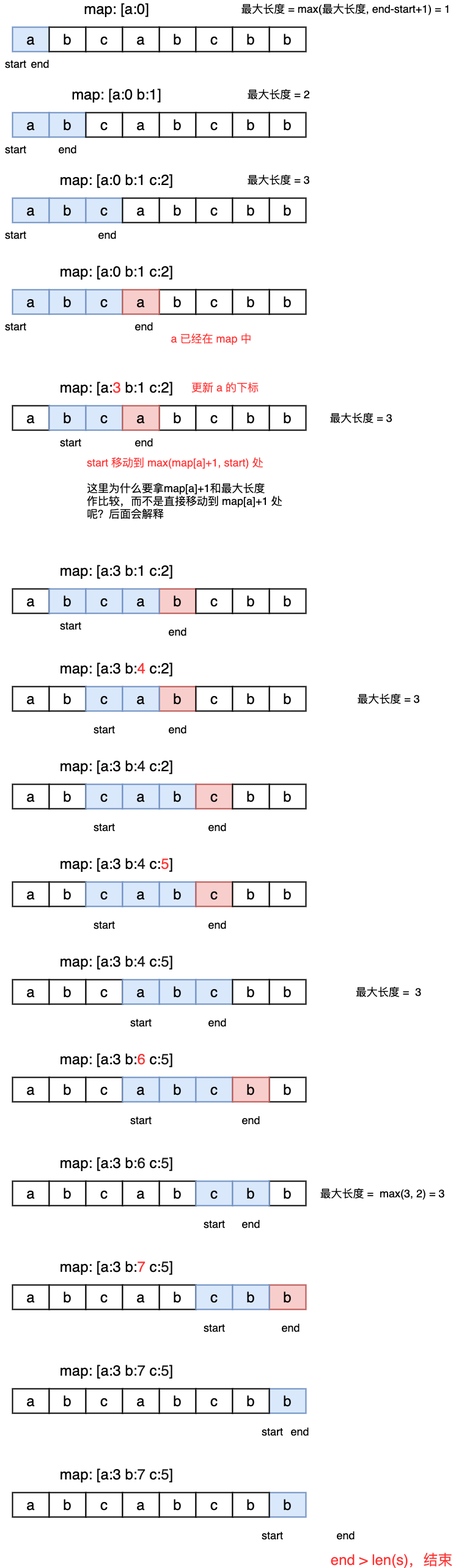
Earlier version of the draw.io export 剑指Offer48_最长不含重复字符的子字符串.png (autsu/diagrams). Source tidied: cells renumbered, new cells last; positions are measured from the earlier drawing's top-left corner, leaving out a move shared by most shapes.
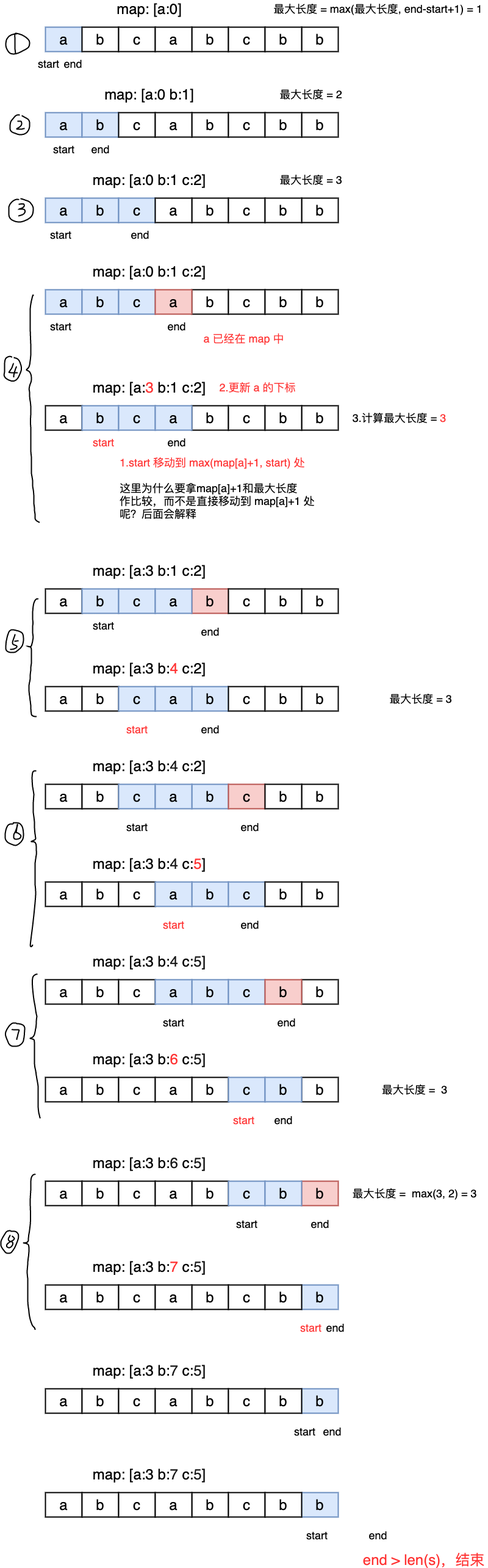
Above is the later version.

Commit message:
更新剑指Offer48_最长不含重复字符的子字符串.png

The edit, as a diff of the source:
```diff
@@ -62,3 +62,3 @@
     <mxCell id="21" value="&lt;font style=&quot;font-size: 18px&quot;&gt;start&lt;/font&gt;" style="text;html=1;align=center;verticalAlign=middle;fillColor=none;strokeColor=none;rounded=0;" parent="1" vertex="1">
-      <mxGeometry y="230" width="50" height="20" as="geometry" />
+      <mxGeometry x="25" y="230" width="50" height="20" as="geometry" />
     </mxCell>
@@ -95,3 +95,3 @@
     <mxCell id="32" value="&lt;font style=&quot;font-size: 18px&quot;&gt;start&lt;/font&gt;" style="text;html=1;align=center;verticalAlign=middle;fillColor=none;strokeColor=none;rounded=0;" parent="1" vertex="1">
-      <mxGeometry y="370" width="50" height="20" as="geometry" />
+      <mxGeometry x="20" y="370" width="50" height="20" as="geometry" />
     </mxCell>
@@ -128,3 +128,3 @@
     <mxCell id="43" value="&lt;font style=&quot;font-size: 18px&quot;&gt;start&lt;/font&gt;" style="text;html=1;align=center;verticalAlign=middle;fillColor=none;strokeColor=none;rounded=0;" parent="1" vertex="1">
-      <mxGeometry y="520" width="50" height="20" as="geometry" />
+      <mxGeometry x="20" y="520" width="50" height="20" as="geometry" />
     </mxCell>
@@ -160,6 +160,6 @@
     </mxCell>
-    <mxCell id="54" value="&lt;font style=&quot;font-size: 24px&quot;&gt;a&lt;/font&gt;" style="rounded=0;whiteSpace=wrap;html=1;strokeWidth=2;fillColor=#f8cecc;strokeColor=#b85450;" parent="1" vertex="1">
+    <mxCell id="54" value="&lt;font style=&quot;font-size: 24px&quot;&gt;a&lt;/font&gt;" style="rounded=0;whiteSpace=wrap;html=1;strokeWidth=2;fillColor=#dae8fc;strokeColor=#6c8ebf;" parent="1" vertex="1">
       <mxGeometry x="200" y="660" width="60" height="40" as="geometry" />
     </mxCell>
-    <mxCell id="55" value="&lt;font style=&quot;font-size: 18px&quot;&gt;start&lt;/font&gt;" style="text;html=1;align=center;verticalAlign=middle;fillColor=none;strokeColor=none;rounded=0;" parent="1" vertex="1">
+    <mxCell id="55" value="&lt;font style=&quot;font-size: 18px&quot; color=&quot;#ff3333&quot;&gt;start&lt;/font&gt;" style="text;html=1;align=center;verticalAlign=middle;fillColor=none;strokeColor=none;rounded=0;" parent="1" vertex="1">
       <mxGeometry x="90" y="710" width="50" height="20" as="geometry" />
@@ -181,3 +181,3 @@
     </mxCell>
-    <mxCell id="61" value="&lt;span style=&quot;font-size: 18px&quot;&gt;&lt;font color=&quot;#ff3333&quot;&gt;start 移动到 max(map[a]+1, start) 处&lt;br&gt;&lt;/font&gt;&lt;br&gt;这里为什么要拿&lt;/span&gt;&lt;span style=&quot;font-size: 18px&quot;&gt;map[a]+1&lt;/span&gt;&lt;span style=&quot;font-size: 18px&quot;&gt;和最大长度&lt;br&gt;作比较，而不是直接移动到 map[a]+1 处&lt;br&gt;呢？后面会解释&lt;/span&gt;" style="text;html=1;align=left;verticalAlign=middle;fillColor=none;strokeColor=none;rounded=0;" parent="1" vertex="1">
+    <mxCell id="61" value="&lt;span style=&quot;font-size: 18px&quot;&gt;&lt;font color=&quot;#ff3333&quot;&gt;1.start 移动到 max(map[a]+1, start) 处&lt;br&gt;&lt;/font&gt;&lt;br&gt;这里为什么要拿&lt;/span&gt;&lt;span style=&quot;font-size: 18px&quot;&gt;map[a]+1&lt;/span&gt;&lt;span style=&quot;font-size: 18px&quot;&gt;和最大长度&lt;br&gt;作比较，而不是直接移动到 map[a]+1 处&lt;br&gt;呢？后面会解释&lt;/span&gt;" style="text;html=1;align=left;verticalAlign=middle;fillColor=none;strokeColor=none;rounded=0;" parent="1" vertex="1">
       <mxGeometry x="140" y="750" width="340" height="90" as="geometry" />
@@ -217,7 +217,7 @@
     </mxCell>
-    <mxCell id="73" value="&lt;font style=&quot;font-size: 18px&quot; color=&quot;#ff3333&quot;&gt;&amp;nbsp;更新 a 的下标&lt;/font&gt;" style="text;html=1;align=center;verticalAlign=middle;fillColor=none;strokeColor=none;rounded=0;" parent="1" vertex="1">
-      <mxGeometry x="300" y="620" width="130" height="20" as="geometry" />
+    <mxCell id="73" value="&lt;font style=&quot;font-size: 18px&quot; color=&quot;#ff3333&quot;&gt;&amp;nbsp;2.更新 a 的下标&lt;/font&gt;" style="text;html=1;align=center;verticalAlign=middle;fillColor=none;strokeColor=none;rounded=0;" parent="1" vertex="1">
+      <mxGeometry x="290" y="620" width="150" height="20" as="geometry" />
     </mxCell>
-    <mxCell id="74" value="&lt;font style=&quot;font-size: 18px&quot;&gt;最大长度 = 3&lt;/font&gt;" style="text;html=1;align=center;verticalAlign=middle;fillColor=none;strokeColor=none;rounded=0;" parent="1" vertex="1">
-      <mxGeometry x="530" y="670" width="120" height="20" as="geometry" />
+    <mxCell id="74" value="&lt;font style=&quot;font-size: 18px&quot;&gt;3.计算最大长度 = &lt;font color=&quot;#ff3333&quot;&gt;3&lt;/font&gt;&lt;/font&gt;" style="text;html=1;align=center;verticalAlign=middle;fillColor=none;strokeColor=none;rounded=0;" parent="1" vertex="1">
+      <mxGeometry x="515" y="670" width="170" height="20" as="geometry" />
     </mxCell>
@@ -232,3 +232,3 @@
     </mxCell>
-    <mxCell id="78" value="&lt;font style=&quot;font-size: 24px&quot;&gt;b&lt;/font&gt;" style="rounded=0;whiteSpace=wrap;html=1;strokeWidth=2;fillColor=#f8cecc;strokeColor=#b85450;" parent="1" vertex="1">
+    <mxCell id="78" value="&lt;font style=&quot;font-size: 24px&quot;&gt;b&lt;/font&gt;" style="rounded=0;whiteSpace=wrap;html=1;strokeWidth=2;fillColor=#dae8fc;strokeColor=#6c8ebf;" parent="1" vertex="1">
       <mxGeometry x="260" y="1120" width="60" height="40" as="geometry" />
@@ -247,3 +247,3 @@
     </mxCell>
-    <mxCell id="83" value="&lt;font style=&quot;font-size: 18px&quot;&gt;start&lt;/font&gt;" style="text;html=1;align=center;verticalAlign=middle;fillColor=none;strokeColor=none;rounded=0;" parent="1" vertex="1">
+    <mxCell id="83" value="&lt;font style=&quot;font-size: 18px&quot; color=&quot;#ff3333&quot;&gt;start&lt;/font&gt;" style="text;html=1;align=center;verticalAlign=middle;fillColor=none;strokeColor=none;rounded=0;" parent="1" vertex="1">
       <mxGeometry x="145" y="1180" width="50" height="20" as="geometry" />
@@ -298,3 +298,3 @@
     </mxCell>
-    <mxCell id="100" value="&lt;font style=&quot;font-size: 24px&quot;&gt;c&lt;/font&gt;" style="rounded=0;whiteSpace=wrap;html=1;strokeWidth=2;fillColor=#dae8fc;strokeColor=#6c8ebf;" parent="1" vertex="1">
+    <mxCell id="100" value="&lt;font style=&quot;font-size: 24px&quot;&gt;c&lt;/font&gt;" style="rounded=0;whiteSpace=wrap;html=1;strokeWidth=2;" parent="1" vertex="1">
       <mxGeometry x="140" y="1440" width="60" height="40" as="geometry" />
@@ -307,3 +307,3 @@
     </mxCell>
-    <mxCell id="103" value="&lt;font style=&quot;font-size: 24px&quot;&gt;c&lt;/font&gt;" style="rounded=0;whiteSpace=wrap;html=1;strokeWidth=2;fillColor=#f8cecc;strokeColor=#b85450;" parent="1" vertex="1">
+    <mxCell id="103" value="&lt;font style=&quot;font-size: 24px&quot;&gt;c&lt;/font&gt;" style="rounded=0;whiteSpace=wrap;html=1;strokeWidth=2;fillColor=#dae8fc;strokeColor=#6c8ebf;" parent="1" vertex="1">
       <mxGeometry x="320" y="1440" width="60" height="40" as="geometry" />
@@ -316,4 +316,4 @@
     </mxCell>
-    <mxCell id="106" value="&lt;font style=&quot;font-size: 18px&quot;&gt;start&lt;/font&gt;" style="text;html=1;align=center;verticalAlign=middle;fillColor=none;strokeColor=none;rounded=0;" parent="1" vertex="1">
-      <mxGeometry x="145" y="1500" width="50" height="20" as="geometry" />
+    <mxCell id="106" value="&lt;font style=&quot;font-size: 18px&quot; color=&quot;#ff3333&quot;&gt;start&lt;/font&gt;" style="text;html=1;align=center;verticalAlign=middle;fillColor=none;strokeColor=none;rounded=0;" parent="1" vertex="1">
+      <mxGeometry x="205" y="1500" width="50" height="20" as="geometry" />
     </mxCell>
@@ -343,3 +343,3 @@
     </mxCell>
-    <mxCell id="115" value="&lt;font style=&quot;font-size: 24px&quot;&gt;b&lt;/font&gt;" style="rounded=0;whiteSpace=wrap;html=1;strokeWidth=2;" parent="1" vertex="1">
+    <mxCell id="115" value="&lt;font style=&quot;font-size: 24px&quot;&gt;b&lt;/font&gt;" style="rounded=0;whiteSpace=wrap;html=1;strokeWidth=2;fillColor=#f8cecc;strokeColor=#b85450;" parent="1" vertex="1">
       <mxGeometry x="380" y="1600" width="60" height="40" as="geometry" />
@@ -353,3 +353,3 @@
     <mxCell id="118" value="&lt;font style=&quot;font-size: 18px&quot;&gt;end&lt;/font&gt;" style="text;html=1;align=center;verticalAlign=middle;fillColor=none;strokeColor=none;rounded=0;" parent="1" vertex="1">
-      <mxGeometry x="330" y="1660" width="50" height="20" as="geometry" />
+      <mxGeometry x="390" y="1660" width="50" height="20" as="geometry" />
     </mxCell>
@@ -359,3 +359,3 @@
     <mxCell id="120" value="&lt;font style=&quot;font-size: 18px&quot;&gt;最大长度 =&amp;nbsp; 3&lt;/font&gt;" style="text;html=1;align=center;verticalAlign=middle;fillColor=none;strokeColor=none;rounded=0;" parent="1" vertex="1">
-      <mxGeometry x="575" y="1610" width="120" height="20" as="geometry" />
+      <mxGeometry x="565" y="1770" width="120" height="20" as="geometry" />
     </mxCell>
@@ -370,3 +370,3 @@
     </mxCell>
-    <mxCell id="124" value="&lt;font style=&quot;font-size: 24px&quot;&gt;b&lt;/font&gt;" style="rounded=0;whiteSpace=wrap;html=1;strokeWidth=2;fillColor=#dae8fc;strokeColor=#6c8ebf;" parent="1" vertex="1">
+    <mxCell id="124" value="&lt;font style=&quot;font-size: 24px&quot;&gt;b&lt;/font&gt;" style="rounded=0;whiteSpace=wrap;html=1;strokeWidth=2;" parent="1" vertex="1">
       <mxGeometry x="260" y="1760" width="60" height="40" as="geometry" />
@@ -379,10 +379,10 @@
     </mxCell>
-    <mxCell id="127" value="&lt;font style=&quot;font-size: 24px&quot;&gt;b&lt;/font&gt;" style="rounded=0;whiteSpace=wrap;html=1;strokeWidth=2;fillColor=#f8cecc;strokeColor=#b85450;" parent="1" vertex="1">
+    <mxCell id="127" value="&lt;font style=&quot;font-size: 24px&quot;&gt;b&lt;/font&gt;" style="rounded=0;whiteSpace=wrap;html=1;strokeWidth=2;fillColor=#dae8fc;strokeColor=#6c8ebf;" parent="1" vertex="1">
       <mxGeometry x="380" y="1760" width="60" height="40" as="geometry" />
     </mxCell>
-    <mxCell id="128" value="&lt;font style=&quot;font-size: 24px&quot;&gt;a&lt;/font&gt;" style="rounded=0;whiteSpace=wrap;html=1;strokeWidth=2;fillColor=#dae8fc;strokeColor=#6c8ebf;" parent="1" vertex="1">
+    <mxCell id="128" value="&lt;font style=&quot;font-size: 24px&quot;&gt;a&lt;/font&gt;" style="rounded=0;whiteSpace=wrap;html=1;strokeWidth=2;" parent="1" vertex="1">
       <mxGeometry x="200" y="1760" width="60" height="40" as="geometry" />
     </mxCell>
-    <mxCell id="129" value="&lt;font style=&quot;font-size: 18px&quot;&gt;start&lt;/font&gt;" style="text;html=1;align=center;verticalAlign=middle;fillColor=none;strokeColor=none;rounded=0;" parent="1" vertex="1">
-      <mxGeometry x="205" y="1820" width="50" height="20" as="geometry" />
+    <mxCell id="129" value="&lt;font style=&quot;font-size: 18px&quot; color=&quot;#ff3333&quot;&gt;start&lt;/font&gt;" style="text;html=1;align=center;verticalAlign=middle;fillColor=none;strokeColor=none;rounded=0;" parent="1" vertex="1">
+      <mxGeometry x="320" y="1820" width="50" height="20" as="geometry" />
     </mxCell>
@@ -406,3 +406,3 @@
     </mxCell>
-    <mxCell id="136" value="&lt;font style=&quot;font-size: 24px&quot;&gt;b&lt;/font&gt;" style="rounded=0;whiteSpace=wrap;html=1;strokeWidth=2;" parent="1" vertex="1">
+    <mxCell id="136" value="&lt;font style=&quot;font-size: 24px&quot;&gt;b&lt;/font&gt;" style="rounded=0;whiteSpace=wrap;html=1;strokeWidth=2;fillColor=#f8cecc;strokeColor=#b85450;" parent="1" vertex="1">
       <mxGeometry x="440" y="1930" width="60" height="40" as="geometry" />
@@ -422,3 +422,3 @@
     <mxCell id="141" value="&lt;font style=&quot;font-size: 18px&quot;&gt;end&lt;/font&gt;" style="text;html=1;align=center;verticalAlign=middle;fillColor=none;strokeColor=none;rounded=0;" parent="1" vertex="1">
-      <mxGeometry x="385" y="1990" width="50" height="20" as="geometry" />
+      <mxGeometry x="445" y="1990" width="50" height="20" as="geometry" />
     </mxCell>
@@ -442,9 +442,9 @@
     </mxCell>
-    <mxCell id="148" value="&lt;font style=&quot;font-size: 24px&quot;&gt;b&lt;/font&gt;" style="rounded=0;whiteSpace=wrap;html=1;strokeWidth=2;fillColor=#f8cecc;strokeColor=#b85450;" parent="1" vertex="1">
+    <mxCell id="148" value="&lt;font style=&quot;font-size: 24px&quot;&gt;b&lt;/font&gt;" style="rounded=0;whiteSpace=wrap;html=1;strokeWidth=2;fillColor=#dae8fc;strokeColor=#6c8ebf;" parent="1" vertex="1">
       <mxGeometry x="440" y="2100" width="60" height="40" as="geometry" />
     </mxCell>
-    <mxCell id="149" value="&lt;font style=&quot;font-size: 24px&quot;&gt;c&lt;/font&gt;" style="rounded=0;whiteSpace=wrap;html=1;strokeWidth=2;fillColor=#dae8fc;strokeColor=#6c8ebf;" parent="1" vertex="1">
+    <mxCell id="149" value="&lt;font style=&quot;font-size: 24px&quot;&gt;c&lt;/font&gt;" style="rounded=0;whiteSpace=wrap;html=1;strokeWidth=2;" parent="1" vertex="1">
       <mxGeometry x="320" y="2100" width="60" height="40" as="geometry" />
     </mxCell>
-    <mxCell id="150" value="&lt;font style=&quot;font-size: 24px&quot;&gt;b&lt;/font&gt;" style="rounded=0;whiteSpace=wrap;html=1;strokeWidth=2;fillColor=#dae8fc;strokeColor=#6c8ebf;" parent="1" vertex="1">
+    <mxCell id="150" value="&lt;font style=&quot;font-size: 24px&quot;&gt;b&lt;/font&gt;" style="rounded=0;whiteSpace=wrap;html=1;strokeWidth=2;" parent="1" vertex="1">
       <mxGeometry x="380" y="2100" width="60" height="40" as="geometry" />
@@ -454,7 +454,7 @@
     </mxCell>
-    <mxCell id="152" value="&lt;font style=&quot;font-size: 18px&quot;&gt;start&lt;/font&gt;" style="text;html=1;align=center;verticalAlign=middle;fillColor=none;strokeColor=none;rounded=0;" parent="1" vertex="1">
-      <mxGeometry x="325" y="2160" width="50" height="20" as="geometry" />
+    <mxCell id="152" value="&lt;font style=&quot;font-size: 18px&quot; color=&quot;#ff3333&quot;&gt;start&lt;/font&gt;" style="text;html=1;align=center;verticalAlign=middle;fillColor=none;strokeColor=none;rounded=0;" parent="1" vertex="1">
+      <mxGeometry x="430" y="2160" width="50" height="20" as="geometry" />
     </mxCell>
     <mxCell id="153" value="&lt;font style=&quot;font-size: 18px&quot;&gt;end&lt;/font&gt;" style="text;html=1;align=center;verticalAlign=middle;fillColor=none;strokeColor=none;rounded=0;" parent="1" vertex="1">
-      <mxGeometry x="450" y="2160" width="50" height="20" as="geometry" />
+      <mxGeometry x="470" y="2160" width="50" height="20" as="geometry" />
     </mxCell>
@@ -521,3 +521,3 @@
     <mxCell id="174" value="&lt;font style=&quot;font-size: 18px&quot;&gt;start&lt;/font&gt;" style="text;html=1;align=center;verticalAlign=middle;fillColor=none;strokeColor=none;rounded=0;" parent="1" vertex="1">
-      <mxGeometry x="420" y="2500" width="50" height="20" as="geometry" />
+      <mxGeometry x="440" y="2500" width="50" height="20" as="geometry" />
     </mxCell>
@@ -532,2 +532,23 @@
     </mxCell>
+    <mxCell id="178" style="shape=(stored shape, 1488 characters);fillColor=none;strokeWidth=2;" parent="1" vertex="1">
+      <mxGeometry x="-45" y="50" width="39" height="34.5" as="geometry" />
+    </mxCell>
+    <mxCell id="179" style="shape=(stored shape, 1868 characters);fillColor=none;strokeWidth=2;" parent="1" vertex="1">
+      <mxGeometry x="-38" y="183.6" width="32" height="32.4" as="geometry" />
+    </mxCell>
+    <mxCell id="180" style="shape=(stored shape, 1876 characters);fillColor=none;strokeWidth=2;" parent="1" vertex="1">
+      <mxGeometry x="-40" y="321" width="40" height="38" as="geometry" />
+    </mxCell>
+    <mxCell id="181" style="shape=(stored shape, 3448 characters);fillColor=none;strokeWidth=2;" parent="1" vertex="1">
+      <mxGeometry x="-45" y="976.2" width="53" height="192.8" as="geometry" />
+    </mxCell>
+    <mxCell id="182" style="shape=(stored shape, 6992 characters);fillColor=none;strokeWidth=2;" parent="1" vertex="1">
+      <mxGeometry x="-47.9" y="479" width="58.4" height="1066.8" as="geometry" />
+    </mxCell>
+    <mxCell id="183" style="shape=(stored shape, 3136 characters);fillColor=none;strokeWidth=2;" parent="1" vertex="1">
+      <mxGeometry x="-45.5" y="1591" width="57" height="236" as="geometry" />
+    </mxCell>
+    <mxCell id="184" style="shape=(stored shape, 3596 characters);fillColor=none;strokeWidth=2;" parent="1" vertex="1">
+      <mxGeometry x="-53.1" y="1918" width="56.1" height="255.5" as="geometry" />
+    </mxCell>
   </root>
```
